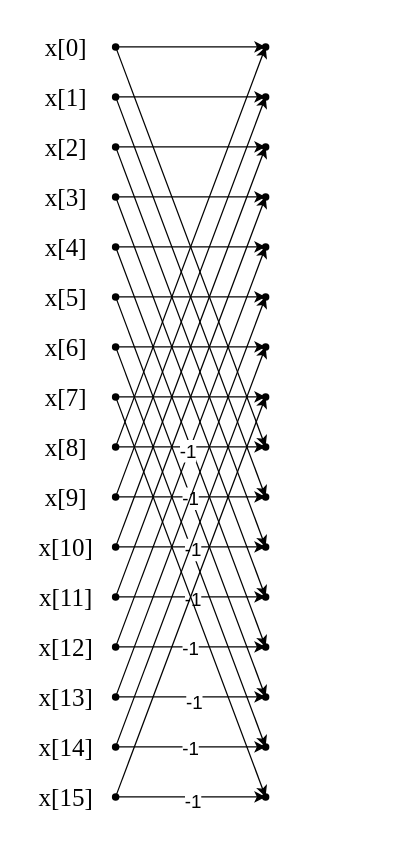
Above: DIF_BFG.drawio in ALpht/16_FFT (draw.io), before the change. Source tidied: cells renumbered, new cells numbered last; positions are measured from the earlier drawing's top-left corner, leaving out a move shared by most shapes. Both pictures are drawn from the tidied source at 125%, with x=0, y=0 at pixel (21, 21).
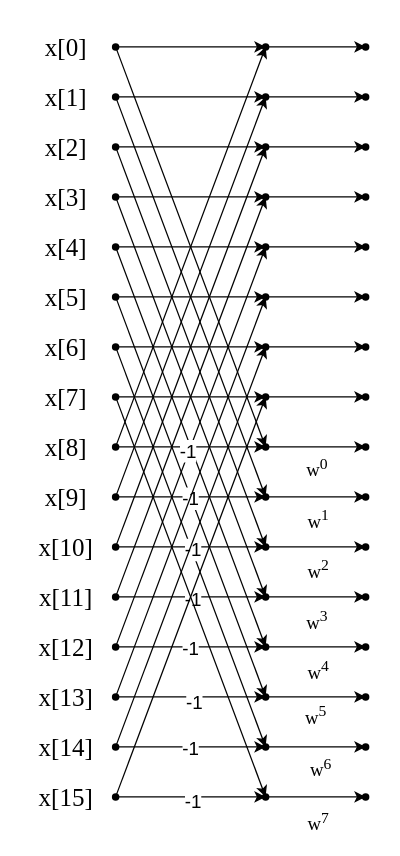
After the change.

The change refers to these unchanged cells:
```xml
<mxCell id="30" style="shape=waypoint;sketch=0;size=6;points=[];fillColor=none;perimeter=centerPerimeter;snapToPoint=1;" parent="1" vertex="1">
  <mxGeometry x="185" y="10" width="20" height="20" as="geometry" />
</mxCell>
<mxCell id="31" style="shape=waypoint;sketch=0;size=6;points=[];fillColor=none;perimeter=centerPerimeter;snapToPoint=1;" parent="1" vertex="1">
  <mxGeometry x="185" y="130" width="20" height="20" as="geometry" />
</mxCell>
<mxCell id="32" style="shape=waypoint;sketch=0;size=6;points=[];fillColor=none;perimeter=centerPerimeter;snapToPoint=1;" parent="1" vertex="1">
  <mxGeometry x="185" y="90" width="20" height="20" as="geometry" />
</mxCell>
<mxCell id="33" style="shape=waypoint;sketch=0;size=6;points=[];fillColor=none;perimeter=centerPerimeter;snapToPoint=1;" parent="1" vertex="1">
  <mxGeometry x="185" y="50" width="20" height="20" as="geometry" />
</mxCell>
<mxCell id="34" style="shape=waypoint;sketch=0;size=6;points=[];fillColor=none;perimeter=centerPerimeter;snapToPoint=1;" parent="1" vertex="1">
  <mxGeometry x="185" y="170" width="20" height="20" as="geometry" />
</mxCell>
<mxCell id="35" style="shape=waypoint;sketch=0;size=6;points=[];fillColor=none;perimeter=centerPerimeter;snapToPoint=1;" parent="1" vertex="1">
  <mxGeometry x="185" y="290" width="20" height="20" as="geometry" />
</mxCell>
<mxCell id="36" style="shape=waypoint;sketch=0;size=6;points=[];fillColor=none;perimeter=centerPerimeter;snapToPoint=1;" parent="1" vertex="1">
  <mxGeometry x="185" y="250" width="20" height="20" as="geometry" />
</mxCell>
<mxCell id="37" style="shape=waypoint;sketch=0;size=6;points=[];fillColor=none;perimeter=centerPerimeter;snapToPoint=1;" parent="1" vertex="1">
  <mxGeometry x="185" y="210" width="20" height="20" as="geometry" />
</mxCell>
<mxCell id="38" style="shape=waypoint;sketch=0;size=6;points=[];fillColor=none;perimeter=centerPerimeter;snapToPoint=1;" parent="1" vertex="1">
  <mxGeometry x="185" y="330" width="20" height="20" as="geometry" />
</mxCell>
<mxCell id="39" style="shape=waypoint;sketch=0;size=6;points=[];fillColor=none;perimeter=centerPerimeter;snapToPoint=1;" parent="1" vertex="1">
  <mxGeometry x="185" y="450" width="20" height="20" as="geometry" />
</mxCell>
<mxCell id="40" style="shape=waypoint;sketch=0;size=6;points=[];fillColor=none;perimeter=centerPerimeter;snapToPoint=1;" parent="1" vertex="1">
  <mxGeometry x="185" y="410" width="20" height="20" as="geometry" />
</mxCell>
<mxCell id="41" style="shape=waypoint;sketch=0;size=6;points=[];fillColor=none;perimeter=centerPerimeter;snapToPoint=1;" parent="1" vertex="1">
  <mxGeometry x="185" y="370" width="20" height="20" as="geometry" />
</mxCell>
<mxCell id="42" style="shape=waypoint;sketch=0;size=6;points=[];fillColor=none;perimeter=centerPerimeter;snapToPoint=1;" parent="1" vertex="1">
  <mxGeometry x="185" y="490" width="20" height="20" as="geometry" />
</mxCell>
<mxCell id="43" style="shape=waypoint;sketch=0;size=6;points=[];fillColor=none;perimeter=centerPerimeter;snapToPoint=1;" parent="1" vertex="1">
  <mxGeometry x="185" y="610" width="20" height="20" as="geometry" />
</mxCell>
<mxCell id="44" style="shape=waypoint;sketch=0;size=6;points=[];fillColor=none;perimeter=centerPerimeter;snapToPoint=1;" parent="1" vertex="1">
  <mxGeometry x="185" y="570" width="20" height="20" as="geometry" />
</mxCell>
<mxCell id="45" style="shape=waypoint;sketch=0;size=6;points=[];fillColor=none;perimeter=centerPerimeter;snapToPoint=1;" parent="1" vertex="1">
  <mxGeometry x="185" y="530" width="20" height="20" as="geometry" />
</mxCell>
```

Diff of the diagram source:
```diff
@@
+    <mxCell id="90" style="edgeStyle=none;shape=connector;rounded=0;jettySize=auto;html=1;labelBackgroundColor=default;strokeColor=default;align=center;verticalAlign=middle;fontFamily=Helvetica;fontSize=11;fontColor=default;endArrow=classic;" parent="1" edge="1" source="30" target="99">
+      <mxGeometry relative="1" as="geometry" />
+    </mxCell>
@@
+    <mxCell id="91" style="edgeStyle=none;shape=connector;rounded=0;jettySize=auto;html=1;labelBackgroundColor=default;strokeColor=default;align=center;verticalAlign=middle;fontFamily=Helvetica;fontSize=11;fontColor=default;endArrow=classic;" parent="1" edge="1" source="33" target="102">
+      <mxGeometry relative="1" as="geometry" />
+    </mxCell>
@@
+    <mxCell id="92" style="edgeStyle=none;shape=connector;rounded=0;jettySize=auto;html=1;labelBackgroundColor=default;strokeColor=default;align=center;verticalAlign=middle;fontFamily=Helvetica;fontSize=11;fontColor=default;endArrow=classic;" parent="1" edge="1" source="34" target="103">
+      <mxGeometry relative="1" as="geometry" />
+    </mxCell>
@@
+    <mxCell id="93" style="edgeStyle=none;shape=connector;rounded=0;jettySize=auto;html=1;labelBackgroundColor=default;strokeColor=default;align=center;verticalAlign=middle;fontFamily=Helvetica;fontSize=11;fontColor=default;endArrow=classic;" parent="1" edge="1" source="35" target="104">
+      <mxGeometry relative="1" as="geometry" />
+    </mxCell>
@@
+    <mxCell id="94" style="edgeStyle=none;shape=connector;rounded=0;jettySize=auto;html=1;labelBackgroundColor=default;strokeColor=default;align=center;verticalAlign=middle;fontFamily=Helvetica;fontSize=11;fontColor=default;endArrow=classic;" parent="1" edge="1" source="36" target="105">
+      <mxGeometry relative="1" as="geometry" />
+    </mxCell>
@@
+    <mxCell id="95" style="edgeStyle=none;shape=connector;rounded=0;jettySize=auto;html=1;labelBackgroundColor=default;strokeColor=default;align=center;verticalAlign=middle;fontFamily=Helvetica;fontSize=11;fontColor=default;endArrow=classic;" parent="1" edge="1" source="40" target="109">
+      <mxGeometry relative="1" as="geometry" />
+    </mxCell>
+    <mxCell id="96" value="&lt;font style=&quot;font-size: 15px;&quot; face=&quot;Times New Roman&quot;&gt;w&lt;sup&gt;2&lt;/sup&gt;&lt;/font&gt;" style="edgeLabel;html=1;align=center;verticalAlign=top;fontSize=11;fontFamily=Helvetica;fontColor=default;labelPosition=center;verticalLabelPosition=bottom;" parent="95" vertex="1">
+      <mxGeometry x="0.03" y="-1" relative="1" as="geometry" />
+    </mxCell>
@@
+    <mxCell id="97" style="edgeStyle=none;shape=connector;rounded=0;jettySize=auto;html=1;labelBackgroundColor=default;strokeColor=default;align=center;verticalAlign=middle;fontFamily=Helvetica;fontSize=11;fontColor=default;endArrow=classic;" parent="1" edge="1" source="44" target="113">
+      <mxGeometry relative="1" as="geometry" />
+    </mxCell>
+    <mxCell id="98" value="&lt;font style=&quot;font-size: 15px;&quot; face=&quot;Times New Roman&quot;&gt;w&lt;sup&gt;6&lt;/sup&gt;&lt;/font&gt;" style="edgeLabel;html=1;align=center;verticalAlign=top;fontSize=11;fontFamily=Helvetica;fontColor=default;labelPosition=center;verticalLabelPosition=bottom;" parent="97" vertex="1">
+      <mxGeometry x="0.07" relative="1" as="geometry" />
+    </mxCell>
@@
+    <mxCell id="99" style="shape=waypoint;sketch=0;size=6;points=[];fillColor=none;perimeter=centerPerimeter;snapToPoint=1;" parent="1" vertex="1">
+      <mxGeometry x="265" y="10" width="20" height="20" as="geometry" />
+    </mxCell>
+    <mxCell id="100" style="shape=waypoint;sketch=0;size=6;points=[];fillColor=none;perimeter=centerPerimeter;snapToPoint=1;" parent="1" vertex="1">
+      <mxGeometry x="265" y="130" width="20" height="20" as="geometry" />
+    </mxCell>
+    <mxCell id="101" style="shape=waypoint;sketch=0;size=6;points=[];fillColor=none;perimeter=centerPerimeter;snapToPoint=1;" parent="1" vertex="1">
+      <mxGeometry x="265" y="90" width="20" height="20" as="geometry" />
+    </mxCell>
+    <mxCell id="102" style="shape=waypoint;sketch=0;size=6;points=[];fillColor=none;perimeter=centerPerimeter;snapToPoint=1;" parent="1" vertex="1">
+      <mxGeometry x="265" y="50" width="20" height="20" as="geometry" />
+    </mxCell>
+    <mxCell id="103" style="shape=waypoint;sketch=0;size=6;points=[];fillColor=none;perimeter=centerPerimeter;snapToPoint=1;" parent="1" vertex="1">
+      <mxGeometry x="265" y="170" width="20" height="20" as="geometry" />
+    </mxCell>
+    <mxCell id="104" style="shape=waypoint;sketch=0;size=6;points=[];fillColor=none;perimeter=centerPerimeter;snapToPoint=1;" parent="1" vertex="1">
+      <mxGeometry x="265" y="290" width="20" height="20" as="geometry" />
+    </mxCell>
+    <mxCell id="105" style="shape=waypoint;sketch=0;size=6;points=[];fillColor=none;perimeter=centerPerimeter;snapToPoint=1;" parent="1" vertex="1">
+      <mxGeometry x="265" y="250" width="20" height="20" as="geometry" />
+    </mxCell>
+    <mxCell id="106" style="shape=waypoint;sketch=0;size=6;points=[];fillColor=none;perimeter=centerPerimeter;snapToPoint=1;" parent="1" vertex="1">
+      <mxGeometry x="265" y="210" width="20" height="20" as="geometry" />
+    </mxCell>
+    <mxCell id="107" style="shape=waypoint;sketch=0;size=6;points=[];fillColor=none;perimeter=centerPerimeter;snapToPoint=1;" parent="1" vertex="1">
+      <mxGeometry x="265" y="330" width="20" height="20" as="geometry" />
+    </mxCell>
+    <mxCell id="108" style="shape=waypoint;sketch=0;size=6;points=[];fillColor=none;perimeter=centerPerimeter;snapToPoint=1;" parent="1" vertex="1">
+      <mxGeometry x="265" y="450" width="20" height="20" as="geometry" />
+    </mxCell>
+    <mxCell id="109" style="shape=waypoint;sketch=0;size=6;points=[];fillColor=none;perimeter=centerPerimeter;snapToPoint=1;" parent="1" vertex="1">
+      <mxGeometry x="265" y="410" width="20" height="20" as="geometry" />
+    </mxCell>
+    <mxCell id="110" style="shape=waypoint;sketch=0;size=6;points=[];fillColor=none;perimeter=centerPerimeter;snapToPoint=1;" parent="1" vertex="1">
+      <mxGeometry x="265" y="370" width="20" height="20" as="geometry" />
+    </mxCell>
+    <mxCell id="111" style="shape=waypoint;sketch=0;size=6;points=[];fillColor=none;perimeter=centerPerimeter;snapToPoint=1;" parent="1" vertex="1">
+      <mxGeometry x="265" y="490" width="20" height="20" as="geometry" />
+    </mxCell>
+    <mxCell id="112" style="shape=waypoint;sketch=0;size=6;points=[];fillColor=none;perimeter=centerPerimeter;snapToPoint=1;" parent="1" vertex="1">
+      <mxGeometry x="265" y="610" width="20" height="20" as="geometry" />
+    </mxCell>
+    <mxCell id="113" style="shape=waypoint;sketch=0;size=6;points=[];fillColor=none;perimeter=centerPerimeter;snapToPoint=1;" parent="1" vertex="1">
+      <mxGeometry x="265" y="570" width="20" height="20" as="geometry" />
+    </mxCell>
+    <mxCell id="114" style="shape=waypoint;sketch=0;size=6;points=[];fillColor=none;perimeter=centerPerimeter;snapToPoint=1;" parent="1" vertex="1">
+      <mxGeometry x="265" y="530" width="20" height="20" as="geometry" />
+    </mxCell>
+    <mxCell id="115" style="edgeStyle=none;shape=connector;rounded=0;jettySize=auto;html=1;entryX=0.05;entryY=0.5;entryDx=0;entryDy=0;entryPerimeter=0;labelBackgroundColor=default;strokeColor=default;align=center;verticalAlign=middle;fontFamily=Helvetica;fontSize=11;fontColor=default;endArrow=classic;" parent="1" edge="1" source="32" target="101">
+      <mxGeometry relative="1" as="geometry" />
+    </mxCell>
+    <mxCell id="116" style="edgeStyle=none;shape=connector;rounded=0;jettySize=auto;html=1;entryX=-0.1;entryY=0.35;entryDx=0;entryDy=0;entryPerimeter=0;labelBackgroundColor=default;strokeColor=default;align=center;verticalAlign=middle;fontFamily=Helvetica;fontSize=11;fontColor=default;endArrow=classic;" parent="1" edge="1" source="31" target="100">
+      <mxGeometry relative="1" as="geometry" />
+    </mxCell>
+    <mxCell id="117" style="edgeStyle=none;shape=connector;rounded=0;jettySize=auto;html=1;entryX=0.75;entryY=0.45;entryDx=0;entryDy=0;entryPerimeter=0;labelBackgroundColor=default;strokeColor=default;align=center;verticalAlign=middle;fontFamily=Helvetica;fontSize=11;fontColor=default;endArrow=classic;" parent="1" edge="1" source="37" target="106">
+      <mxGeometry relative="1" as="geometry" />
+    </mxCell>
+    <mxCell id="118" style="edgeStyle=none;shape=connector;rounded=0;jettySize=auto;html=1;entryX=0.2;entryY=0.5;entryDx=0;entryDy=0;entryPerimeter=0;labelBackgroundColor=default;strokeColor=default;align=center;verticalAlign=middle;fontFamily=Helvetica;fontSize=11;fontColor=default;endArrow=classic;" parent="1" edge="1" source="38" target="107">
+      <mxGeometry relative="1" as="geometry" />
+    </mxCell>
+    <mxCell id="119" value="&lt;font face=&quot;Times New Roman&quot; style=&quot;font-size: 15px;&quot;&gt;w&lt;sup&gt;0&lt;/sup&gt;&lt;/font&gt;" style="edgeLabel;html=1;align=center;verticalAlign=top;fontSize=11;fontFamily=Helvetica;fontColor=default;labelPosition=center;verticalLabelPosition=bottom;" parent="118" vertex="1">
+      <mxGeometry relative="1" as="geometry" />
+    </mxCell>
+    <mxCell id="120" style="edgeStyle=none;shape=connector;rounded=0;jettySize=auto;html=1;entryX=0.2;entryY=0.6;entryDx=0;entryDy=0;entryPerimeter=0;labelBackgroundColor=default;strokeColor=default;align=center;verticalAlign=middle;fontFamily=Helvetica;fontSize=11;fontColor=default;endArrow=classic;" parent="1" edge="1" source="41" target="110">
+      <mxGeometry relative="1" as="geometry" />
+    </mxCell>
+    <mxCell id="121" value="&lt;font style=&quot;font-size: 15px;&quot; face=&quot;Times New Roman&quot;&gt;w&lt;sup&gt;1&lt;/sup&gt;&lt;/font&gt;" style="edgeLabel;html=1;align=center;verticalAlign=top;fontSize=11;fontFamily=Helvetica;fontColor=default;labelPosition=center;verticalLabelPosition=bottom;" parent="120" vertex="1">
+      <mxGeometry x="0.03" y="-1" relative="1" as="geometry" />
+    </mxCell>
+    <mxCell id="122" style="edgeStyle=none;shape=connector;rounded=0;jettySize=auto;html=1;entryX=0.4;entryY=0.75;entryDx=0;entryDy=0;entryPerimeter=0;labelBackgroundColor=default;strokeColor=default;align=center;verticalAlign=middle;fontFamily=Helvetica;fontSize=11;fontColor=default;endArrow=classic;" parent="1" edge="1" source="39" target="108">
+      <mxGeometry relative="1" as="geometry" />
+    </mxCell>
+    <mxCell id="123" value="&lt;font style=&quot;font-size: 15px;&quot; face=&quot;Times New Roman&quot;&gt;w&lt;sup&gt;3&lt;/sup&gt;&lt;/font&gt;" style="edgeLabel;html=1;align=center;verticalAlign=top;fontSize=11;fontFamily=Helvetica;fontColor=default;labelPosition=center;verticalLabelPosition=bottom;" parent="122" vertex="1">
+      <mxGeometry y="-2" relative="1" as="geometry" />
+    </mxCell>
+    <mxCell id="124" style="edgeStyle=none;shape=connector;rounded=0;jettySize=auto;html=1;entryX=0.25;entryY=0.6;entryDx=0;entryDy=0;entryPerimeter=0;labelBackgroundColor=default;strokeColor=default;align=center;verticalAlign=middle;fontFamily=Helvetica;fontSize=11;fontColor=default;endArrow=classic;" parent="1" edge="1" source="42" target="111">
+      <mxGeometry relative="1" as="geometry" />
+    </mxCell>
+    <mxCell id="125" value="&lt;font style=&quot;font-size: 15px;&quot; face=&quot;Times New Roman&quot;&gt;w&lt;sup&gt;4&lt;/sup&gt;&lt;/font&gt;" style="edgeLabel;html=1;align=center;verticalAlign=top;fontSize=11;fontFamily=Helvetica;fontColor=default;labelPosition=center;verticalLabelPosition=bottom;" parent="124" vertex="1">
+      <mxGeometry x="0.03" y="-2" relative="1" as="geometry" />
+    </mxCell>
+    <mxCell id="126" style="edgeStyle=none;shape=connector;rounded=0;jettySize=auto;html=1;entryX=0.2;entryY=0.45;entryDx=0;entryDy=0;entryPerimeter=0;labelBackgroundColor=default;strokeColor=default;align=center;verticalAlign=middle;fontFamily=Helvetica;fontSize=11;fontColor=default;endArrow=classic;" parent="1" edge="1" source="45" target="114">
+      <mxGeometry relative="1" as="geometry" />
+    </mxCell>
+    <mxCell id="127" value="&lt;font style=&quot;font-size: 15px;&quot; face=&quot;Times New Roman&quot;&gt;w&lt;sup&gt;5&lt;/sup&gt;&lt;/font&gt;" style="edgeLabel;html=1;align=center;verticalAlign=top;fontSize=11;fontFamily=Helvetica;fontColor=default;labelPosition=center;verticalLabelPosition=bottom;" parent="126" vertex="1">
+      <mxGeometry x="-0.03" y="2" relative="1" as="geometry" />
+    </mxCell>
+    <mxCell id="128" style="edgeStyle=none;shape=connector;rounded=0;jettySize=auto;html=1;entryX=-0.15;entryY=0.5;entryDx=0;entryDy=0;entryPerimeter=0;labelBackgroundColor=default;strokeColor=default;align=center;verticalAlign=middle;fontFamily=Helvetica;fontSize=11;fontColor=default;endArrow=classic;" parent="1" edge="1" source="43" target="112">
+      <mxGeometry relative="1" as="geometry" />
+    </mxCell>
+    <mxCell id="129" value="&lt;font style=&quot;font-size: 15px;&quot; face=&quot;Times New Roman&quot;&gt;w&lt;sup&gt;7&lt;/sup&gt;&lt;/font&gt;" style="edgeLabel;html=1;align=center;verticalAlign=top;fontSize=11;fontFamily=Helvetica;fontColor=default;labelPosition=center;verticalLabelPosition=bottom;" parent="128" vertex="1">
+      <mxGeometry x="0.03" y="-3" relative="1" as="geometry" />
+    </mxCell>
```
